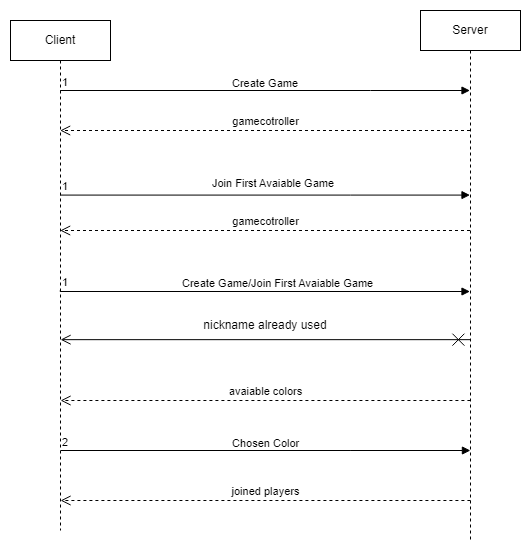
This is deliverables/documents/SequenceDiagram/simple/Simple Join Game.png from GabrieleBenedettii/IS24-AM24, a draw.io export, as it was before one commit. Source tidied: cells renumbered, new cells last; positions are measured from the earlier drawing's top-left corner, leaving out a move shared by most shapes.
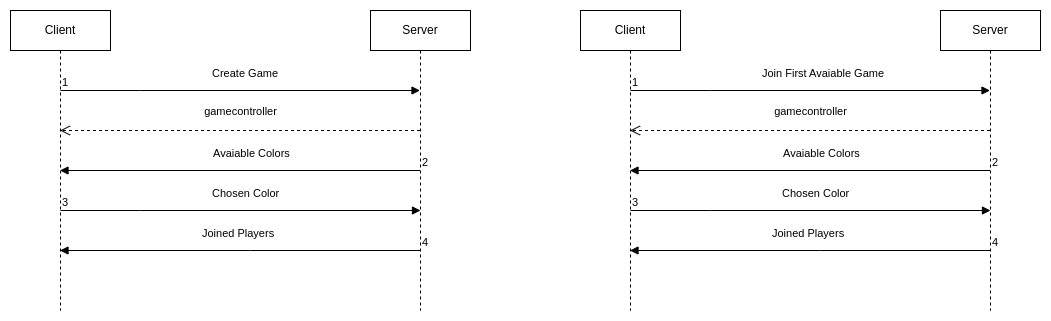
The same file after the commit.

Commit message:
fixed Simple Join Game sequence diagram

Diff of the diagram source:
```diff
@@ -2,93 +2,125 @@
   <root>
     <mxCell id="0" />
     <mxCell id="1" parent="0" />
-    <mxCell id="2" value="Client" style="shape=umlLifeline;perimeter=lifelinePerimeter;whiteSpace=wrap;html=1;outlineConnect=0;portConstraint=eastwest;newEdgeStyle={&quot;curved&quot;:0,&quot;rounded&quot;:0};" parent="1" vertex="1">
-      <mxGeometry y="10" width="100" height="510" as="geometry" />
-    </mxCell>
-    <mxCell id="3" value="Server" style="shape=umlLifeline;perimeter=lifelinePerimeter;whiteSpace=wrap;html=1;outlineConnect=0;portConstraint=eastwest;newEdgeStyle={&quot;curved&quot;:0,&quot;rounded&quot;:0};" parent="1" vertex="1">
-      <mxGeometry x="410" width="100" height="530" as="geometry" />
-    </mxCell>
+    <mxCell id="18" value="Client" style="shape=umlLifeline;perimeter=lifelinePerimeter;whiteSpace=wrap;html=1;newEdgeStyle={&quot;curved&quot;:0,&quot;rounded&quot;:0};" parent="1" vertex="1">
+      <mxGeometry x="60" y="30" width="100" height="300" as="geometry" />
+    </mxCell>
+    <mxCell id="19" value="Server" style="shape=umlLifeline;perimeter=lifelinePerimeter;whiteSpace=wrap;html=1;outlineConnect=0;portConstraint=eastwest;newEdgeStyle={&quot;curved&quot;:0,&quot;rounded&quot;:0};" parent="1" vertex="1">
+      <mxGeometry x="420" y="30" width="100" height="300" as="geometry" />
+    </mxCell>
-    <mxCell id="4" value="Create Game" style="endArrow=block;endFill=1;html=1;edgeStyle=orthogonalEdgeStyle;align=left;verticalAlign=top;rounded=0;" parent="1" edge="1" source="2" target="3">
-      <mxGeometry x="-0.17" y="20" relative="1" as="geometry">
+    <mxCell id="4" value="Create Game" style="endArrow=block;endFill=1;html=1;edgeStyle=orthogonalEdgeStyle;align=left;verticalAlign=top;rounded=0;" parent="1" edge="1" target="19">
+      <mxGeometry x="-0.17" y="30" relative="1" as="geometry">
+        <mxPoint x="110" y="110" as="sourcePoint" />
         <Array as="points">
-          <mxPoint x="360" y="80" />
-          <mxPoint x="360" y="80" />
+          <mxPoint x="190" y="110" />
+          <mxPoint x="190" y="110" />
         </Array>
       </mxGeometry>
     </mxCell>
-    <mxCell id="5" value="1" style="edgeLabel;html=1;align=left;verticalAlign=bottom;" parent="4" vertex="1">
-      <mxGeometry x="-1" relative="1" as="geometry" />
-    </mxCell>
+    <mxCell id="20" value="1" style="edgeLabel;html=1;align=left;verticalAlign=bottom;" parent="4" vertex="1">
+      <mxGeometry x="-1" relative="1" as="geometry" />
+    </mxCell>
+    <mxCell id="21" value="Chosen Color" style="endArrow=block;endFill=1;html=1;edgeStyle=orthogonalEdgeStyle;align=left;verticalAlign=top;rounded=0;" parent="1" edge="1">
+      <mxGeometry x="-0.17" y="30" relative="1" as="geometry">
+        <mxPoint x="110" y="230" as="sourcePoint" />
+        <mxPoint x="470" y="230" as="targetPoint" />
+        <Array as="points">
+          <mxPoint x="190" y="230" />
+          <mxPoint x="190" y="230" />
+        </Array>
+      </mxGeometry>
+    </mxCell>
+    <mxCell id="22" value="3" style="edgeLabel;html=1;align=left;verticalAlign=bottom;" parent="21" vertex="1">
+      <mxGeometry x="-1" relative="1" as="geometry" />
+    </mxCell>
+    <mxCell id="23" value="Joined Players" style="endArrow=block;endFill=1;html=1;edgeStyle=orthogonalEdgeStyle;align=left;verticalAlign=top;rounded=0;" parent="1" edge="1">
+      <mxGeometry x="0.22" y="-30" relative="1" as="geometry">
+        <mxPoint x="469.5" y="270" as="sourcePoint" />
+        <mxPoint x="109.5" y="270" as="targetPoint" />
+        <Array as="points">
+          <mxPoint x="300" y="270" />
+          <mxPoint x="300" y="270" />
+        </Array>
+      </mxGeometry>
+    </mxCell>
+    <mxCell id="24" value="4" style="edgeLabel;html=1;align=left;verticalAlign=bottom;" parent="23" vertex="1">
+      <mxGeometry x="-1" relative="1" as="geometry" />
+    </mxCell>
+    <mxCell id="25" value="gamecontroller" style="html=1;verticalAlign=bottom;endArrow=open;dashed=1;endSize=8;curved=0;rounded=0;" parent="1" edge="1">
+      <mxGeometry y="-10" relative="1" as="geometry">
+        <mxPoint x="469.5" y="150" as="sourcePoint" />
+        <mxPoint x="109.5" y="150" as="targetPoint" />
+      </mxGeometry>
+    </mxCell>
+    <mxCell id="26" value="Avaiable Colors" style="endArrow=block;endFill=1;html=1;edgeStyle=orthogonalEdgeStyle;align=left;verticalAlign=top;rounded=0;" parent="1" edge="1">
+      <mxGeometry x="0.16" y="-30" relative="1" as="geometry">
+        <mxPoint x="469.5" y="190" as="sourcePoint" />
+        <mxPoint x="109.5" y="190" as="targetPoint" />
+        <mxPoint x="1" as="offset" />
+      </mxGeometry>
+    </mxCell>
+    <mxCell id="27" value="2" style="edgeLabel;html=1;align=left;verticalAlign=bottom;" parent="26" vertex="1">
+      <mxGeometry x="-1" relative="1" as="geometry" />
+    </mxCell>
+    <mxCell id="28" value="Client" style="shape=umlLifeline;perimeter=lifelinePerimeter;whiteSpace=wrap;html=1;newEdgeStyle={&quot;curved&quot;:0,&quot;rounded&quot;:0};" parent="1" vertex="1">
+      <mxGeometry x="630" y="30" width="100" height="300" as="geometry" />
+    </mxCell>
+    <mxCell id="29" value="Server" style="shape=umlLifeline;perimeter=lifelinePerimeter;whiteSpace=wrap;html=1;outlineConnect=0;portConstraint=eastwest;newEdgeStyle={&quot;curved&quot;:0,&quot;rounded&quot;:0};" parent="1" vertex="1">
+      <mxGeometry x="990" y="30" width="100" height="300" as="geometry" />
+    </mxCell>
-    <mxCell id="6" value="Join First Avaiable Game" style="endArrow=block;endFill=1;html=1;edgeStyle=orthogonalEdgeStyle;align=left;verticalAlign=top;rounded=0;" parent="1" edge="1">
-      <mxGeometry x="-0.27" y="25" relative="1" as="geometry">
-        <mxPoint x="49.7" y="184.6" as="sourcePoint" />
-        <mxPoint x="459.5" y="184.6" as="targetPoint" />
+    <mxCell id="6" value="Join First Avaiable Game" style="endArrow=block;endFill=1;html=1;edgeStyle=orthogonalEdgeStyle;align=left;verticalAlign=top;rounded=0;" parent="1" edge="1" target="29">
+      <mxGeometry x="-0.28" y="30" relative="1" as="geometry">
+        <mxPoint x="680" y="110" as="sourcePoint" />
         <Array as="points">
-          <mxPoint x="340" y="184.6" />
-          <mxPoint x="340" y="184.6" />
+          <mxPoint x="760" y="110" />
+          <mxPoint x="760" y="110" />
         </Array>
       </mxGeometry>
     </mxCell>
-    <mxCell id="7" value="1" style="edgeLabel;html=1;align=left;verticalAlign=bottom;" parent="6" vertex="1">
-      <mxGeometry x="-1" relative="1" as="geometry" />
-    </mxCell>
-    <mxCell id="8" value="&lt;span style=&quot;text-align: left;&quot;&gt;gamecotroller&lt;/span&gt;" style="html=1;verticalAlign=bottom;endArrow=open;dashed=1;endSize=8;curved=0;rounded=0;" parent="1" edge="1">
-      <mxGeometry relative="1" as="geometry">
-        <mxPoint x="459.5" y="120" as="sourcePoint" />
-        <mxPoint x="49.7" y="120" as="targetPoint" />
-      </mxGeometry>
-    </mxCell>
-    <mxCell id="9" value="&lt;span style=&quot;text-align: left;&quot;&gt;gamecotroller&lt;/span&gt;" style="html=1;verticalAlign=bottom;endArrow=open;dashed=1;endSize=8;curved=0;rounded=0;" parent="1" edge="1">
-      <mxGeometry relative="1" as="geometry">
-        <mxPoint x="459.5" y="220" as="sourcePoint" />
-        <mxPoint x="49.7" y="220" as="targetPoint" />
-      </mxGeometry>
-    </mxCell>
-    <mxCell id="10" value="Create Game/Join First Avaiable Game" style="endArrow=block;endFill=1;html=1;edgeStyle=orthogonalEdgeStyle;align=left;verticalAlign=top;rounded=0;" parent="1" edge="1">
-      <mxGeometry x="-0.41" y="21" relative="1" as="geometry">
-        <mxPoint x="49.7" y="280" as="sourcePoint" />
-        <mxPoint x="459.5" y="281" as="targetPoint" />
-        <Array as="points">
-          <mxPoint x="50" y="281" />
-        </Array>
-      </mxGeometry>
-    </mxCell>
-    <mxCell id="11" value="1" style="edgeLabel;html=1;align=left;verticalAlign=bottom;" parent="10" vertex="1">
-      <mxGeometry x="-1" relative="1" as="geometry" />
-    </mxCell>
-    <mxCell id="12" style="endArrow=open;startArrow=cross;endFill=0;startFill=0;endSize=8;startSize=10;html=1;rounded=0;" parent="1" edge="1">
-      <mxGeometry relative="1" as="geometry">
-        <mxPoint x="459.9" y="329.2" as="sourcePoint" />
-        <mxPoint x="50.1" y="329.2" as="targetPoint" />
-      </mxGeometry>
-    </mxCell>
-    <mxCell id="13" value="nickname already used" style="text;html=1;align=center;verticalAlign=middle;whiteSpace=wrap;rounded=0;" parent="1" vertex="1">
-      <mxGeometry x="170" y="300" width="170" height="30" as="geometry" />
-    </mxCell>
-    <mxCell id="14" value="Chosen Color" style="endArrow=block;endFill=1;html=1;edgeStyle=orthogonalEdgeStyle;align=left;verticalAlign=top;rounded=0;" parent="1" edge="1">
-      <mxGeometry x="-0.17" y="20" relative="1" as="geometry">
-        <mxPoint x="50.1" y="440" as="sourcePoint" />
-        <mxPoint x="459.9" y="440" as="targetPoint" />
-        <Array as="points">
-          <mxPoint x="340.4" y="440" />
-          <mxPoint x="340.4" y="440" />
-        </Array>
-      </mxGeometry>
-    </mxCell>
-    <mxCell id="15" value="2" style="edgeLabel;html=1;align=left;verticalAlign=bottom;" parent="14" vertex="1">
-      <mxGeometry x="-1" relative="1" as="geometry" />
-    </mxCell>
-    <mxCell id="16" value="&lt;span style=&quot;text-align: left;&quot;&gt;avaiable colors&lt;/span&gt;" style="html=1;verticalAlign=bottom;endArrow=open;dashed=1;endSize=8;curved=0;rounded=0;" parent="1" edge="1">
-      <mxGeometry relative="1" as="geometry">
-        <mxPoint x="459.9" y="390" as="sourcePoint" />
-        <mxPoint x="50.1" y="390" as="targetPoint" />
-      </mxGeometry>
-    </mxCell>
-    <mxCell id="17" value="&lt;div style=&quot;text-align: left;&quot;&gt;joined players&lt;/div&gt;" style="html=1;verticalAlign=bottom;endArrow=open;dashed=1;endSize=8;curved=0;rounded=0;" parent="1" edge="1">
-      <mxGeometry relative="1" as="geometry">
-        <mxPoint x="459.9" y="490" as="sourcePoint" />
-        <mxPoint x="50.1" y="490" as="targetPoint" />
-      </mxGeometry>
-    </mxCell>
+    <mxCell id="30" value="1" style="edgeLabel;html=1;align=left;verticalAlign=bottom;" parent="6" vertex="1">
+      <mxGeometry x="-1" relative="1" as="geometry" />
+    </mxCell>
+    <mxCell id="31" value="Chosen Color" style="endArrow=block;endFill=1;html=1;edgeStyle=orthogonalEdgeStyle;align=left;verticalAlign=top;rounded=0;" parent="1" edge="1">
+      <mxGeometry x="-0.17" y="30" relative="1" as="geometry">
+        <mxPoint x="680" y="230" as="sourcePoint" />
+        <mxPoint x="1040" y="230" as="targetPoint" />
+        <Array as="points">
+          <mxPoint x="760" y="230" />
+          <mxPoint x="760" y="230" />
+        </Array>
+      </mxGeometry>
+    </mxCell>
+    <mxCell id="32" value="3" style="edgeLabel;html=1;align=left;verticalAlign=bottom;" parent="31" vertex="1">
+      <mxGeometry x="-1" relative="1" as="geometry" />
+    </mxCell>
+    <mxCell id="33" value="Joined Players" style="endArrow=block;endFill=1;html=1;edgeStyle=orthogonalEdgeStyle;align=left;verticalAlign=top;rounded=0;" parent="1" edge="1">
+      <mxGeometry x="0.22" y="-30" relative="1" as="geometry">
+        <mxPoint x="1039.5" y="270" as="sourcePoint" />
+        <mxPoint x="679.5" y="270" as="targetPoint" />
+        <Array as="points">
+          <mxPoint x="870" y="270" />
+          <mxPoint x="870" y="270" />
+        </Array>
+      </mxGeometry>
+    </mxCell>
+    <mxCell id="34" value="4" style="edgeLabel;html=1;align=left;verticalAlign=bottom;" parent="33" vertex="1">
+      <mxGeometry x="-1" relative="1" as="geometry" />
+    </mxCell>
+    <mxCell id="35" value="gamecontroller" style="html=1;verticalAlign=bottom;endArrow=open;dashed=1;endSize=8;curved=0;rounded=0;" parent="1" edge="1">
+      <mxGeometry y="-10" relative="1" as="geometry">
+        <mxPoint x="1039.5" y="150" as="sourcePoint" />
+        <mxPoint x="679.5" y="150" as="targetPoint" />
+      </mxGeometry>
+    </mxCell>
+    <mxCell id="36" value="Avaiable Colors" style="endArrow=block;endFill=1;html=1;edgeStyle=orthogonalEdgeStyle;align=left;verticalAlign=top;rounded=0;" parent="1" edge="1">
+      <mxGeometry x="0.16" y="-30" relative="1" as="geometry">
+        <mxPoint x="1039.5" y="190" as="sourcePoint" />
+        <mxPoint x="679.5" y="190" as="targetPoint" />
+        <mxPoint x="1" as="offset" />
+      </mxGeometry>
+    </mxCell>
+    <mxCell id="37" value="2" style="edgeLabel;html=1;align=left;verticalAlign=bottom;" parent="36" vertex="1">
+      <mxGeometry x="-1" relative="1" as="geometry" />
+    </mxCell>
   </root>
 </mxGraphModel>
```
